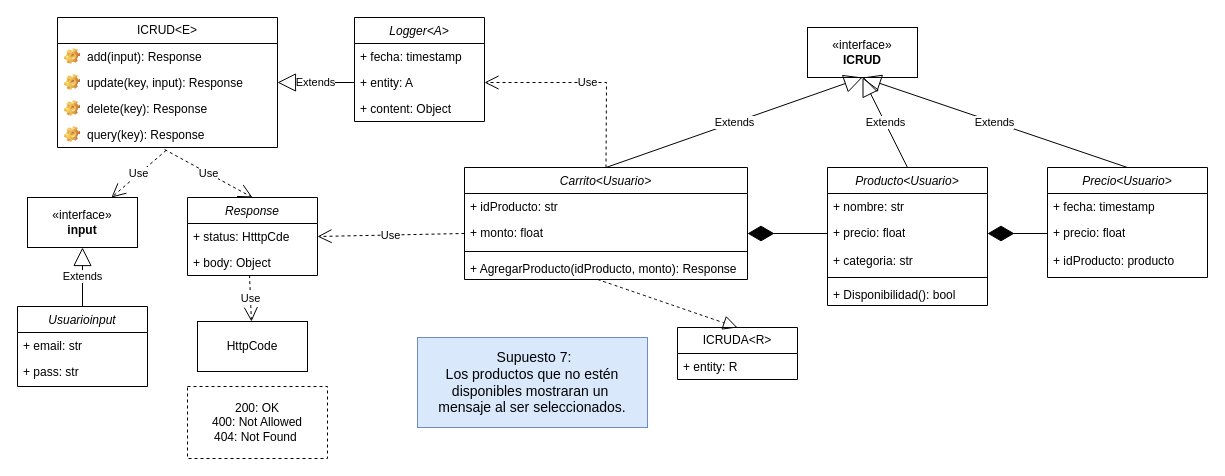
Before: Front-End_Sprint/Diagrama Supuesto7.drawio in Giggin-html/dwm4, a draw.io diagram. Source tidied: cells renumbered, new cells numbered last; positions are measured from the earlier drawing's top-left corner, leaving out a move shared by most shapes. Both pictures are drawn from the tidied source at 100%, with x=0, y=0 at pixel (17, 17).
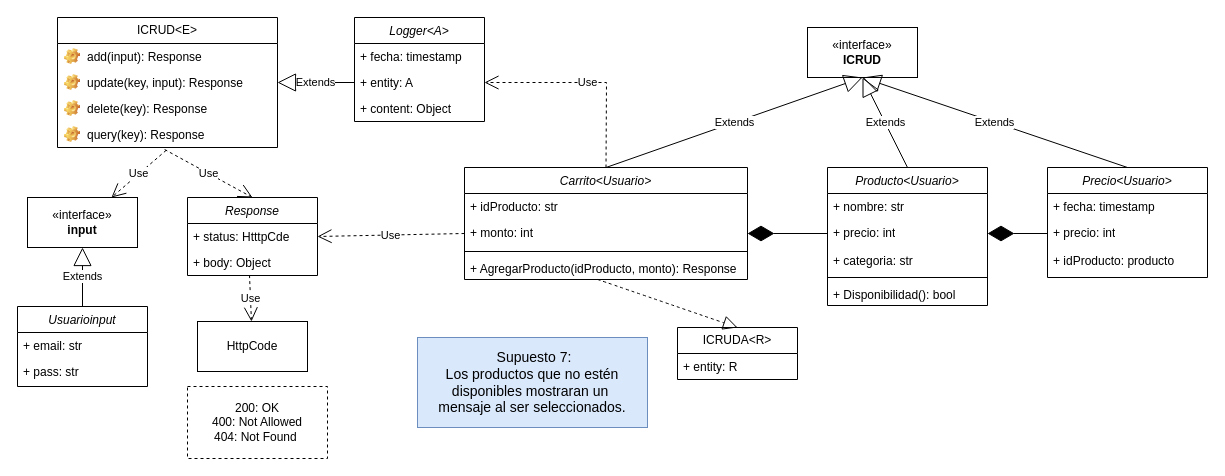
Above is the later version.

The change refers to these unchanged cells:
```xml
<mxCell id="3" value="Carrito&lt;Usuario&gt;" style="swimlane;fontStyle=2;align=center;verticalAlign=top;horizontal=1;startSize=26;rounded=0;shadow=0;strokeWidth=1;" parent="1" vertex="1">
  <mxGeometry x="447" y="150" width="283" height="112" as="geometry" />
</mxCell>
<mxCell id="38" value="Producto&lt;Usuario&gt;" style="swimlane;fontStyle=2;align=center;verticalAlign=top;horizontal=1;startSize=26;rounded=0;shadow=0;strokeWidth=1;" parent="1" vertex="1">
  <mxGeometry x="810" y="150" width="160" height="138" as="geometry" />
</mxCell>
<mxCell id="44" value="Precio&lt;Usuario&gt;" style="swimlane;fontStyle=2;align=center;verticalAlign=top;horizontal=1;startSize=26;rounded=0;shadow=0;strokeWidth=1;" parent="1" vertex="1">
  <mxGeometry x="1030" y="150" width="160" height="110" as="geometry" />
</mxCell>
```

Change to the diagram source:
```diff
@@
-    <mxCell id="5" value="+ monto: float" style="text;strokeColor=none;fillColor=none;align=left;verticalAlign=top;spacingLeft=4;spacingRight=4;overflow=hidden;points=[[0,0.5],[1,0.5]];portConstraint=eastwest;whiteSpace=wrap;html=1;" parent="3" vertex="1">
+    <mxCell id="5" value="+ monto: int" style="text;strokeColor=none;fillColor=none;align=left;verticalAlign=top;spacingLeft=4;spacingRight=4;overflow=hidden;points=[[0,0.5],[1,0.5]];portConstraint=eastwest;whiteSpace=wrap;html=1;" parent="3" vertex="1">
       <mxGeometry y="52" width="283" height="28" as="geometry" />
     </mxCell>
@@
-    <mxCell id="40" value="+ precio: float" style="text;strokeColor=none;fillColor=none;align=left;verticalAlign=top;spacingLeft=4;spacingRight=4;overflow=hidden;points=[[0,0.5],[1,0.5]];portConstraint=eastwest;whiteSpace=wrap;html=1;" parent="38" vertex="1">
+    <mxCell id="40" value="+ precio: int" style="text;strokeColor=none;fillColor=none;align=left;verticalAlign=top;spacingLeft=4;spacingRight=4;overflow=hidden;points=[[0,0.5],[1,0.5]];portConstraint=eastwest;whiteSpace=wrap;html=1;" parent="38" vertex="1">
       <mxGeometry y="52" width="160" height="28" as="geometry" />
     </mxCell>
@@
-    <mxCell id="46" value="+ precio: float" style="text;strokeColor=none;fillColor=none;align=left;verticalAlign=top;spacingLeft=4;spacingRight=4;overflow=hidden;points=[[0,0.5],[1,0.5]];portConstraint=eastwest;whiteSpace=wrap;html=1;" parent="44" vertex="1">
+    <mxCell id="46" value="+ precio: int" style="text;strokeColor=none;fillColor=none;align=left;verticalAlign=top;spacingLeft=4;spacingRight=4;overflow=hidden;points=[[0,0.5],[1,0.5]];portConstraint=eastwest;whiteSpace=wrap;html=1;" parent="44" vertex="1">
       <mxGeometry y="52" width="160" height="28" as="geometry" />
     </mxCell>
```
